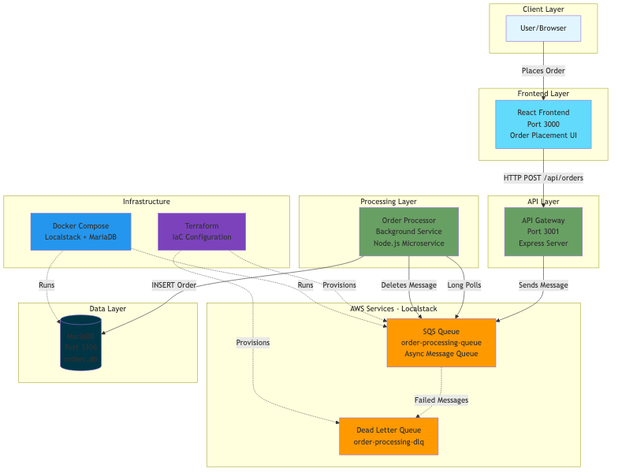
This is docs/architecture.png from tkersh/echobase, a Mermaid export, as it was before one commit. Its source is kept beside it as docs/architecture.mmd.
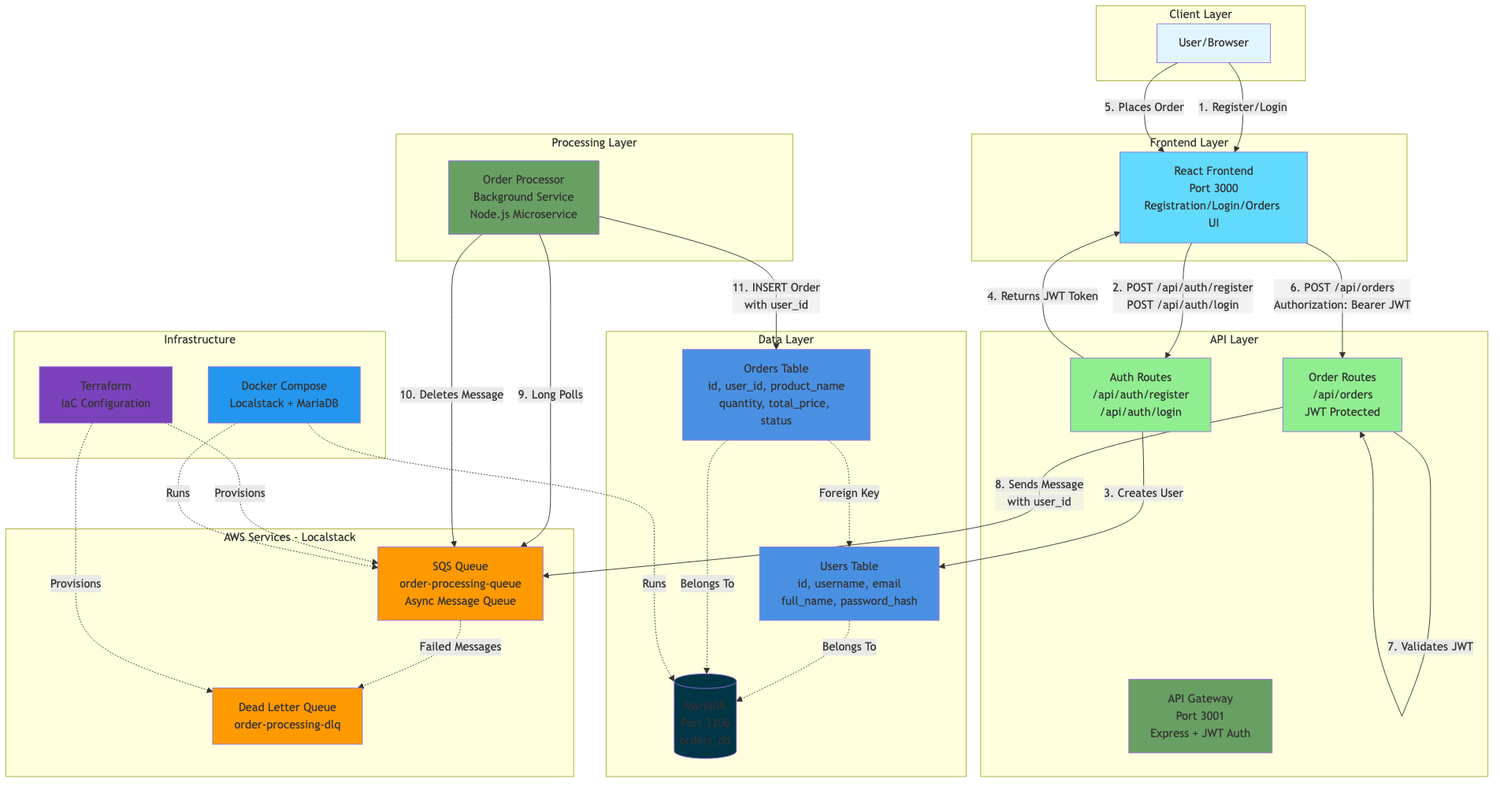
Above is the later version.

Change to the diagram source:
```diff
@@ -4,11 +4,13 @@
     end
 
     subgraph "Frontend Layer"
-        React[React Frontend<br/>Port 3000<br/>Order Placement UI]
+        React[React Frontend<br/>Port 3000<br/>Registration/Login/Orders UI]
     end
 
     subgraph "API Layer"
-        API[API Gateway<br/>Port 3001<br/>Express Server]
+        API[API Gateway<br/>Port 3001<br/>Express + JWT Auth]
+        Auth[Auth Routes<br/>/api/auth/register<br/>/api/auth/login]
+        Orders[Order Routes<br/>/api/orders<br/>JWT Protected]
     end
 
     subgraph "AWS Services - Localstack"
@@ -22,6 +24,8 @@
 
     subgraph "Data Layer"
         MariaDB[(MariaDB<br/>Port 3306<br/>orders_db)]
+        Users[Users Table<br/>id, username, email<br/>full_name, password_hash]
+        OrdersTable[Orders Table<br/>id, user_id, product_name<br/>quantity, total_price, status]
     end
 
     subgraph "Infrastructure"
@@ -29,13 +33,24 @@
         Docker[Docker Compose<br/>Localstack + MariaDB]
     end
 
-    User -->|Places Order| React
-    React -->|HTTP POST /api/orders| API
-    API -->|Sends Message| SQS
+    User -->|1. Register/Login| React
+    React -->|2. POST /api/auth/register<br/>POST /api/auth/login| Auth
+    Auth -->|3. Creates User| Users
+    Auth -->|4. Returns JWT Token| React
+
+    User -->|5. Places Order| React
+    React -->|6. POST /api/orders<br/>Authorization: Bearer JWT| Orders
+    Orders -->|7. Validates JWT| Orders
+    Orders -->|8. Sends Message<br/>with user_id| SQS
+
     SQS -.->|Failed Messages| DLQ
-    Processor -->|Long Polls| SQS
-    Processor -->|Deletes Message| SQS
-    Processor -->|INSERT Order| MariaDB
+    Processor -->|9. Long Polls| SQS
+    Processor -->|10. Deletes Message| SQS
+    Processor -->|11. INSERT Order<br/>with user_id| OrdersTable
+
+    OrdersTable -.->|Foreign Key| Users
+    Users -.->|Belongs To| MariaDB
+    OrdersTable -.->|Belongs To| MariaDB
 
     Terraform -.->|Provisions| SQS
     Terraform -.->|Provisions| DLQ
@@ -45,9 +60,13 @@
     style User fill:#e1f5ff
     style React fill:#61dafb
     style API fill:#68a063
+    style Auth fill:#90EE90
+    style Orders fill:#90EE90
     style SQS fill:#ff9900
     style DLQ fill:#ff9900
     style Processor fill:#68a063
     style MariaDB fill:#003545
+    style Users fill:#4a90e2
+    style OrdersTable fill:#4a90e2
     style Terraform fill:#7b42bc
     style Docker fill:#2496ed
```
